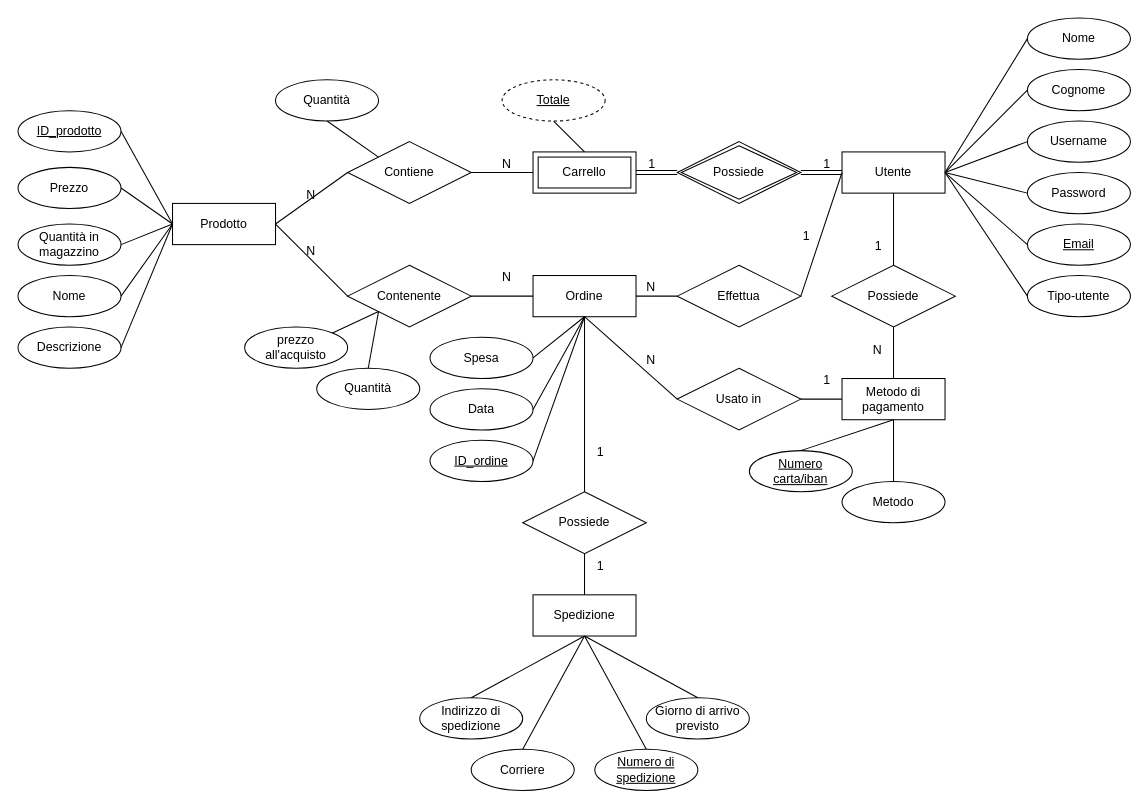
Before: BD/GourmetSpices.drawio in superfra01/GourmetSpices, a draw.io diagram. Source tidied: cells renumbered, new cells numbered last; positions are measured from the earlier drawing's top-left corner, leaving out a move shared by most shapes. Both pictures are drawn from the tidied source at 103%, with x=0, y=0 at pixel (18, 18).
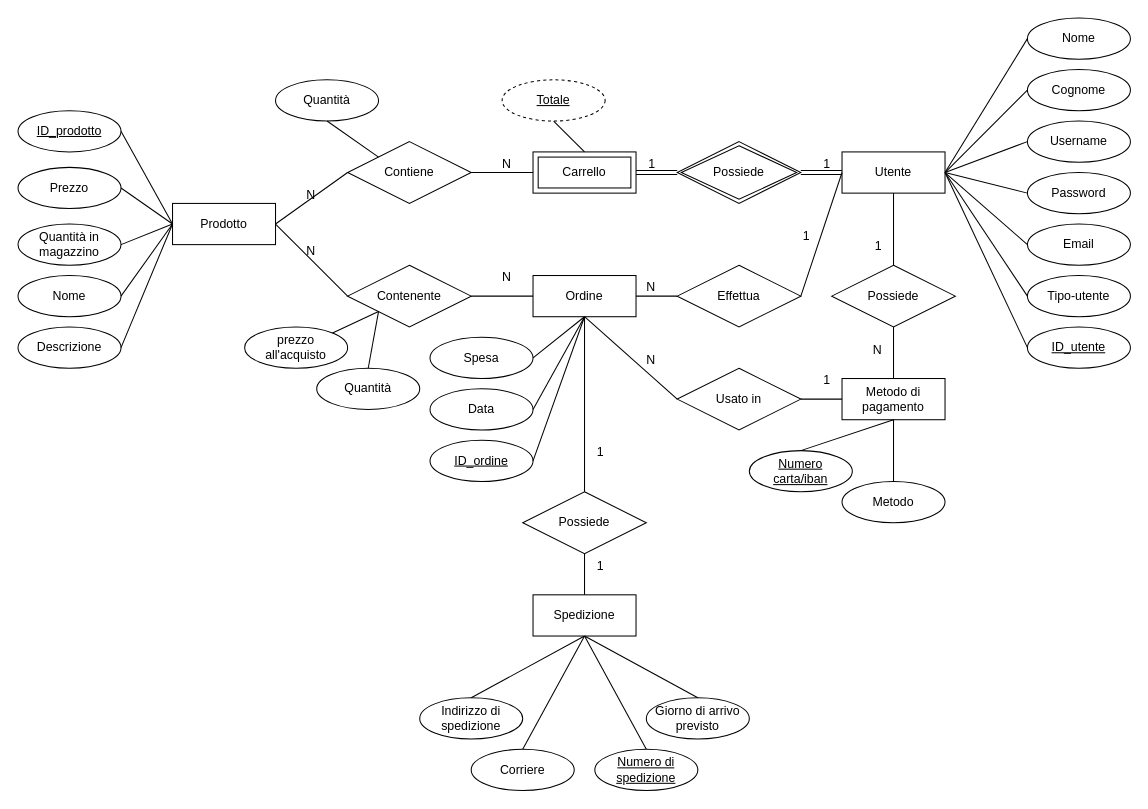
Above is the later version.

Unchanged cells that the change refers to:
```xml
<mxCell id="2" value="Utente" style="whiteSpace=wrap;html=1;align=center;" parent="1" vertex="1">
  <mxGeometry x="800" y="130" width="100" height="40" as="geometry" />
</mxCell>
```

Change to the diagram source:
```diff
@@
-    <mxCell id="7" value="Email" style="ellipse;whiteSpace=wrap;html=1;align=center;gradientColor=none;fontStyle=4;" parent="1" vertex="1">
-      <mxGeometry x="980" y="200" width="100" height="40" as="geometry" />
-    </mxCell>
@@
+    <mxCell id="91" value="ID_utente" style="ellipse;whiteSpace=wrap;html=1;align=center;fontStyle=4;" parent="1" vertex="1">
+      <mxGeometry x="980" y="300" width="100" height="40" as="geometry" />
+    </mxCell>
+    <mxCell id="92" style="endArrow=none;html=1;rounded=0;exitX=1;exitY=0.5;exitDx=0;exitDy=0;entryX=0;entryY=0.5;entryDx=0;entryDy=0;" parent="1" edge="1" source="2" target="91">
+      <mxGeometry relative="1" as="geometry" />
+    </mxCell>
+    <mxCell id="7" value="Email" style="ellipse;whiteSpace=wrap;html=1;align=center;" parent="1" vertex="1">
+      <mxGeometry x="980" y="200" width="100" height="40" as="geometry" />
+    </mxCell>
```
